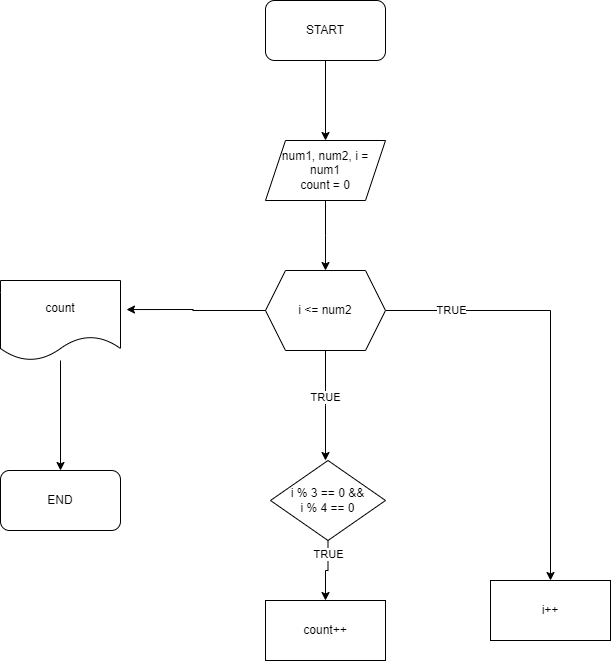
Before: Untitled Diagram.drawio (10).png, a diagram exported from draw.io (RevanAliyevCode/LoopExercises). Source tidied: cells renumbered, new cells last; positions are measured from the earlier drawing's top-left corner, leaving out a move shared by most shapes.
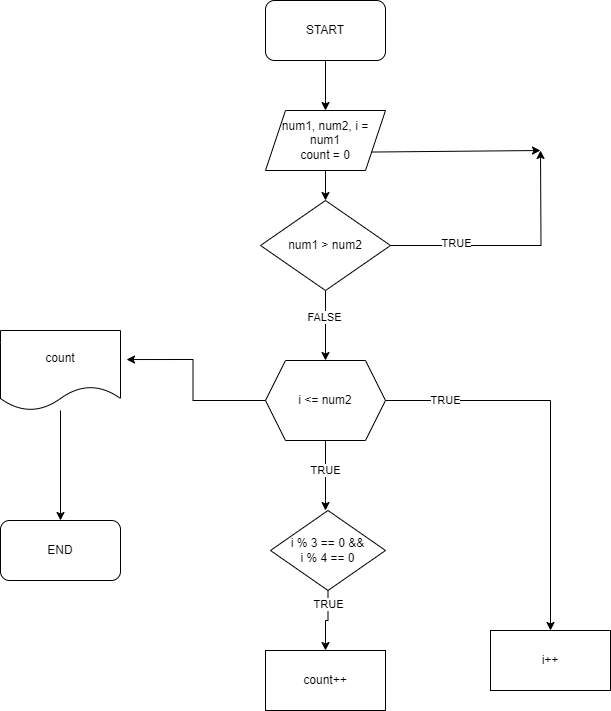
After the change.

What changed in the source:
```diff
@@ -6,15 +6,13 @@
       <mxGeometry relative="1" as="geometry" />
     </mxCell>
     <mxCell id="3" value="START" style="rounded=1;whiteSpace=wrap;html=1;" parent="1" vertex="1">
-      <mxGeometry x="265" width="120" height="60" as="geometry" />
+      <mxGeometry x="265" y="-50" width="120" height="60" as="geometry" />
     </mxCell>
-    <mxCell id="4" style="edgeStyle=orthogonalEdgeStyle;rounded=0;jettySize=auto;html=1;" parent="1" edge="1" source="5">
-      <mxGeometry relative="1" as="geometry">
-        <mxPoint x="325" y="270" as="targetPoint" />
-      </mxGeometry>
-    </mxCell>
+    <mxCell id="20" style="edgeStyle=orthogonalEdgeStyle;rounded=0;jettySize=auto;html=1;entryX=0.5;entryY=0;entryDx=0;entryDy=0;" parent="1" edge="1" source="5" target="25">
+      <mxGeometry relative="1" as="geometry" />
+    </mxCell>
     <mxCell id="5" value="num1, num2, i = num1&lt;div&gt;count = 0&lt;/div&gt;" style="shape=parallelogram;perimeter=parallelogramPerimeter;whiteSpace=wrap;html=1;fixedSize=1;" parent="1" vertex="1">
-      <mxGeometry x="265" y="140" width="120" height="60" as="geometry" />
+      <mxGeometry x="265" y="60" width="120" height="60" as="geometry" />
     </mxCell>
     <mxCell id="6" style="edgeStyle=orthogonalEdgeStyle;rounded=0;jettySize=auto;html=1;" parent="1" edge="1" source="10">
       <mxGeometry relative="1" as="geometry">
@@ -31,7 +29,7 @@
       <mxGeometry x="-0.7" y="1" relative="1" as="geometry" />
     </mxCell>
     <mxCell id="10" value="i &amp;lt;= num2" style="shape=hexagon;perimeter=hexagonPerimeter2;whiteSpace=wrap;html=1;fixedSize=1;" parent="1" vertex="1">
-      <mxGeometry x="265" y="270" width="120" height="80" as="geometry" />
+      <mxGeometry x="265" y="310" width="120" height="80" as="geometry" />
     </mxCell>
     <mxCell id="11" style="edgeStyle=orthogonalEdgeStyle;rounded=0;jettySize=auto;html=1;entryX=0.5;entryY=0;entryDx=0;entryDy=0;" parent="1" edge="1" source="13" target="14">
       <mxGeometry relative="1" as="geometry" />
@@ -60,5 +58,27 @@
     <mxCell id="19" value="END" style="rounded=1;whiteSpace=wrap;html=1;" parent="1" vertex="1">
       <mxGeometry y="470" width="120" height="60" as="geometry" />
     </mxCell>
+    <mxCell id="21" style="edgeStyle=orthogonalEdgeStyle;rounded=0;jettySize=auto;html=1;" parent="1" edge="1" source="25">
+      <mxGeometry relative="1" as="geometry">
+        <mxPoint x="540" y="100" as="targetPoint" />
+      </mxGeometry>
+    </mxCell>
+    <mxCell id="22" value="TRUE" style="edgeLabel;html=1;align=center;verticalAlign=middle;" parent="21" vertex="1">
+      <mxGeometry x="-0.47" y="3" relative="1" as="geometry" />
+    </mxCell>
+    <mxCell id="23" style="edgeStyle=orthogonalEdgeStyle;rounded=0;jettySize=auto;html=1;entryX=0.5;entryY=0;entryDx=0;entryDy=0;" parent="1" edge="1" source="25" target="10">
+      <mxGeometry relative="1" as="geometry" />
+    </mxCell>
+    <mxCell id="24" value="FALSE" style="edgeLabel;html=1;align=center;verticalAlign=middle;" parent="23" vertex="1">
+      <mxGeometry x="-0.26" y="-2" relative="1" as="geometry" />
+    </mxCell>
+    <mxCell id="25" value="num1 &amp;gt; num2" style="rhombus;whiteSpace=wrap;html=1;" parent="1" vertex="1">
+      <mxGeometry x="260" y="150" width="130" height="90" as="geometry" />
+    </mxCell>
+    <mxCell id="26" style="endArrow=classic;html=1;rounded=0;exitX=1;exitY=0.75;exitDx=0;exitDy=0;" parent="1" edge="1" source="5">
+      <mxGeometry relative="1" as="geometry">
+        <mxPoint x="540" y="100" as="targetPoint" />
+      </mxGeometry>
+    </mxCell>
   </root>
 </mxGraphModel>
```
